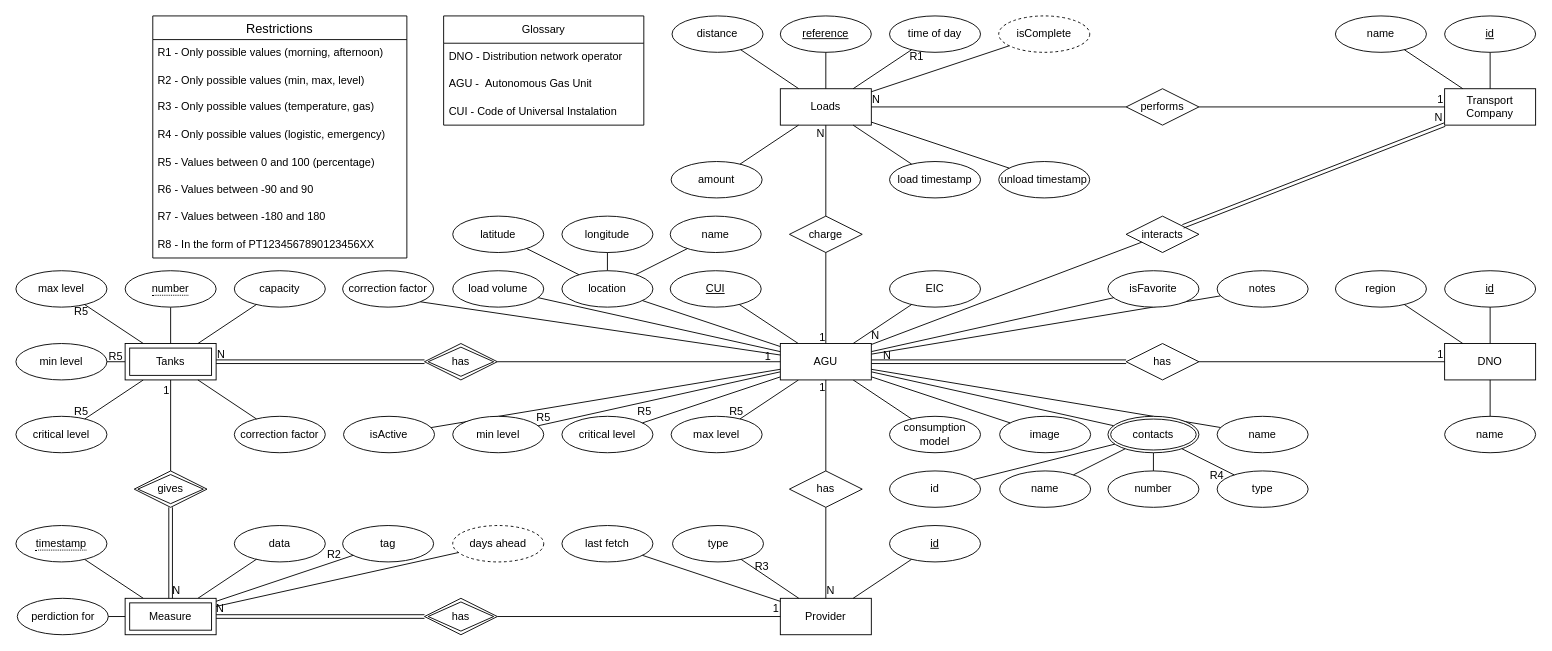
This is page "Progress EA" (3 of 4) of docs/AGU-diagrams.drawio from AGU-Data-System/AGU-Data-System, a draw.io file, before an edit. Source tidied: cells renumbered, new cells numbered last; positions are measured from the earlier drawing's top-left corner, leaving out a move shared by most shapes. Both pictures are drawn from the tidied source at 91%, with x=0, y=0 at pixel (15, 15).
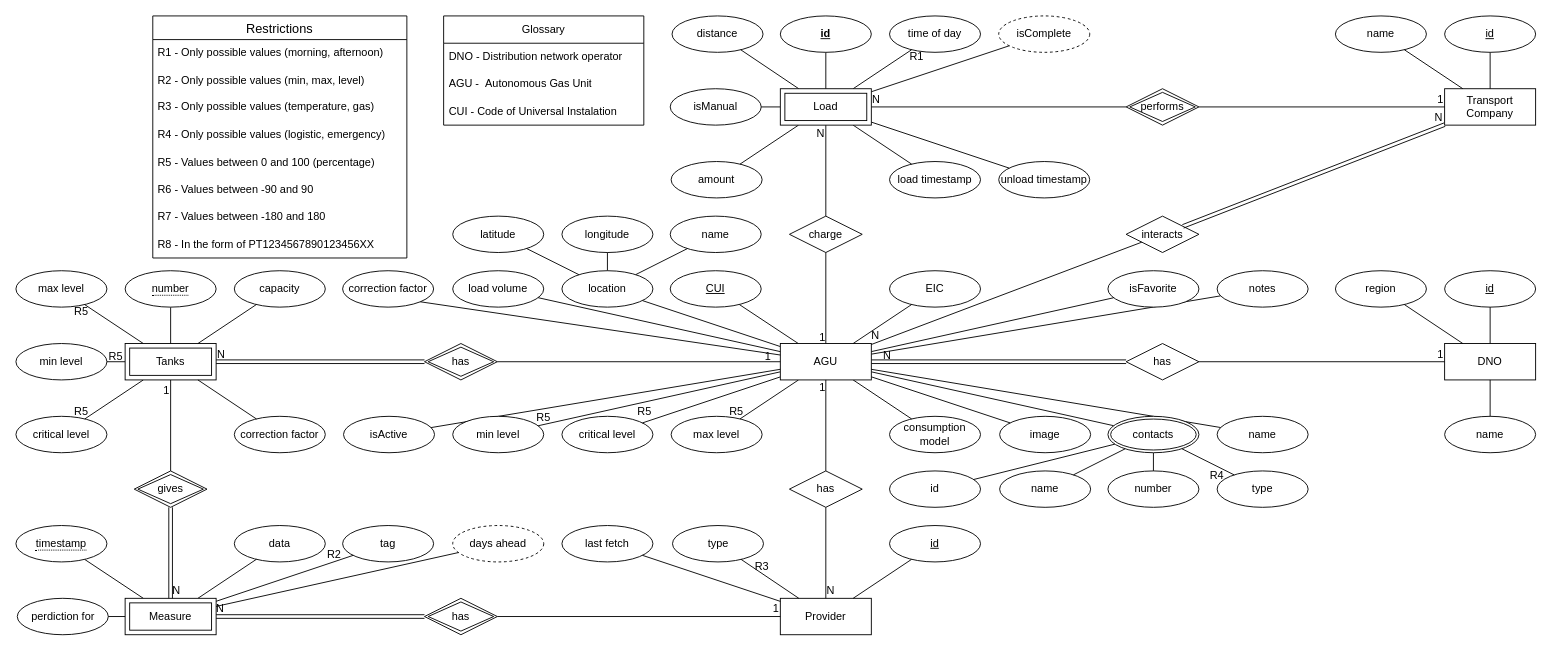
The same diagram, later.

The change refers to these unchanged cells:
```xml
<mxCell id="7" value="amount" style="ellipse;whiteSpace=wrap;html=1;align=center;" parent="1" vertex="1">
  <mxGeometry x="720" y="160" width="100" height="40" as="geometry" />
</mxCell>
<mxCell id="9" value="load timestamp" style="ellipse;whiteSpace=wrap;html=1;align=center;" parent="1" vertex="1">
  <mxGeometry x="960" y="160" width="100" height="40" as="geometry" />
</mxCell>
<mxCell id="11" value="time of&lt;span style=&quot;background-color: initial;&quot;&gt;&amp;nbsp;day&lt;/span&gt;" style="ellipse;whiteSpace=wrap;html=1;align=center;" parent="1" vertex="1">
  <mxGeometry x="960" width="100" height="40" as="geometry" />
</mxCell>
<mxCell id="22" value="distance" style="ellipse;whiteSpace=wrap;html=1;align=center;" parent="1" vertex="1">
  <mxGeometry x="721" width="100" height="40" as="geometry" />
</mxCell>
<mxCell id="38" value="unload timestamp" style="ellipse;whiteSpace=wrap;html=1;align=center;" parent="1" vertex="1">
  <mxGeometry x="1080" y="160" width="100" height="40" as="geometry" />
</mxCell>
<mxCell id="40" value="isComplete" style="ellipse;whiteSpace=wrap;html=1;align=center;dashed=1;fontSize=12;" parent="1" vertex="1">
  <mxGeometry x="1080" width="100" height="40" as="geometry" />
</mxCell>
<mxCell id="72" value="charge" style="shape=rhombus;perimeter=rhombusPerimeter;whiteSpace=wrap;html=1;align=center;" parent="1" vertex="1">
  <mxGeometry x="850" y="220" width="80" height="40" as="geometry" />
</mxCell>
```

The edit, as a diff of the source:
```diff
@@
-    <mxCell id="4" value="Loads" style="whiteSpace=wrap;html=1;align=center;" parent="1" vertex="1">
-      <mxGeometry x="840" y="80" width="100" height="40" as="geometry" />
-    </mxCell>
@@
-    <mxCell id="8" style="endArrow=none;html=1;rounded=0;" parent="1" edge="1" source="7" target="4">
+    <mxCell id="8" style="endArrow=none;html=1;rounded=0;" parent="1" edge="1" source="7" target="170">
       <mxGeometry relative="1" as="geometry" />
     </mxCell>
@@
-    <mxCell id="10" style="endArrow=none;html=1;rounded=0;" parent="1" edge="1" source="9" target="4">
+    <mxCell id="10" style="endArrow=none;html=1;rounded=0;" parent="1" edge="1" source="9" target="170">
       <mxGeometry relative="1" as="geometry" />
     </mxCell>
@@
-    <mxCell id="12" style="endArrow=none;html=1;rounded=0;" parent="1" edge="1" source="11" target="4">
+    <mxCell id="12" style="endArrow=none;html=1;rounded=0;" parent="1" edge="1" source="11" target="170">
       <mxGeometry relative="1" as="geometry" />
     </mxCell>
-    <mxCell id="13" value="performs" style="shape=rhombus;perimeter=rhombusPerimeter;whiteSpace=wrap;html=1;align=center;" parent="1" vertex="1">
-      <mxGeometry x="1220" y="80" width="80" height="40" as="geometry" />
-    </mxCell>
-    <mxCell id="14" style="endArrow=none;html=1;rounded=0;" parent="1" edge="1" source="13" target="4">
+    <mxCell id="14" style="endArrow=none;html=1;rounded=0;" parent="1" edge="1" source="13" target="170">
       <mxGeometry relative="1" as="geometry" />
     </mxCell>
@@
-    <mxCell id="18" value="reference" style="ellipse;whiteSpace=wrap;html=1;align=center;fontStyle=4;" parent="1" vertex="1">
-      <mxGeometry x="840" width="100" height="40" as="geometry" />
-    </mxCell>
-    <mxCell id="19" style="endArrow=none;html=1;rounded=0;" parent="1" edge="1" source="18" target="4">
-      <mxGeometry relative="1" as="geometry" />
-    </mxCell>
-    <mxCell id="20" style="endArrow=none;html=1;rounded=0;" parent="1" edge="1" source="72" target="4">
-      <mxGeometry relative="1" as="geometry" />
+    <mxCell id="20" style="endArrow=none;html=1;rounded=0;" parent="1" edge="1" source="72">
+      <mxGeometry relative="1" as="geometry">
+        <mxPoint x="890" y="120" as="targetPoint" />
+      </mxGeometry>
     </mxCell>
@@
-    <mxCell id="23" style="endArrow=none;html=1;rounded=0;" parent="1" edge="1" source="22" target="4">
+    <mxCell id="23" style="endArrow=none;html=1;rounded=0;" parent="1" edge="1" source="22" target="170">
       <mxGeometry relative="1" as="geometry" />
     </mxCell>
@@
-    <mxCell id="39" style="endArrow=none;html=1;rounded=0;" parent="1" edge="1" source="38" target="4">
+    <mxCell id="39" style="endArrow=none;html=1;rounded=0;" parent="1" edge="1" source="38" target="170">
       <mxGeometry relative="1" as="geometry" />
     </mxCell>
@@
-    <mxCell id="41" style="endArrow=none;html=1;rounded=0;fontSize=12;" parent="1" edge="1" source="4" target="40">
+    <mxCell id="41" style="endArrow=none;html=1;rounded=0;fontSize=12;" parent="1" edge="1" source="170" target="40">
       <mxGeometry relative="1" as="geometry" />
     </mxCell>
@@
+    <mxCell id="168" value="isManual" style="ellipse;whiteSpace=wrap;html=1;align=center;" parent="1" vertex="1">
+      <mxGeometry x="719" y="80" width="100" height="40" as="geometry" />
+    </mxCell>
+    <mxCell id="169" style="endArrow=none;html=1;rounded=0;" parent="1" edge="1" source="168" target="170">
+      <mxGeometry relative="1" as="geometry" />
+    </mxCell>
+    <mxCell id="170" value="Load" style="shape=ext;margin=3;double=1;whiteSpace=wrap;html=1;align=center;" parent="1" vertex="1">
+      <mxGeometry x="840" y="80" width="100" height="40" as="geometry" />
+    </mxCell>
+    <mxCell id="171" style="endArrow=none;html=1;rounded=0;" parent="1" edge="1" source="170" target="172">
+      <mxGeometry relative="1" as="geometry" />
+    </mxCell>
+    <mxCell id="172" value="id" style="ellipse;whiteSpace=wrap;html=1;align=center;fontStyle=5;" parent="1" vertex="1">
+      <mxGeometry x="840" width="100" height="40" as="geometry" />
+    </mxCell>
+    <mxCell id="13" value="performs" style="shape=rhombus;double=1;perimeter=rhombusPerimeter;whiteSpace=wrap;html=1;align=center;" parent="1" vertex="1">
+      <mxGeometry x="1220" y="80" width="80" height="40" as="geometry" />
+    </mxCell>
```
